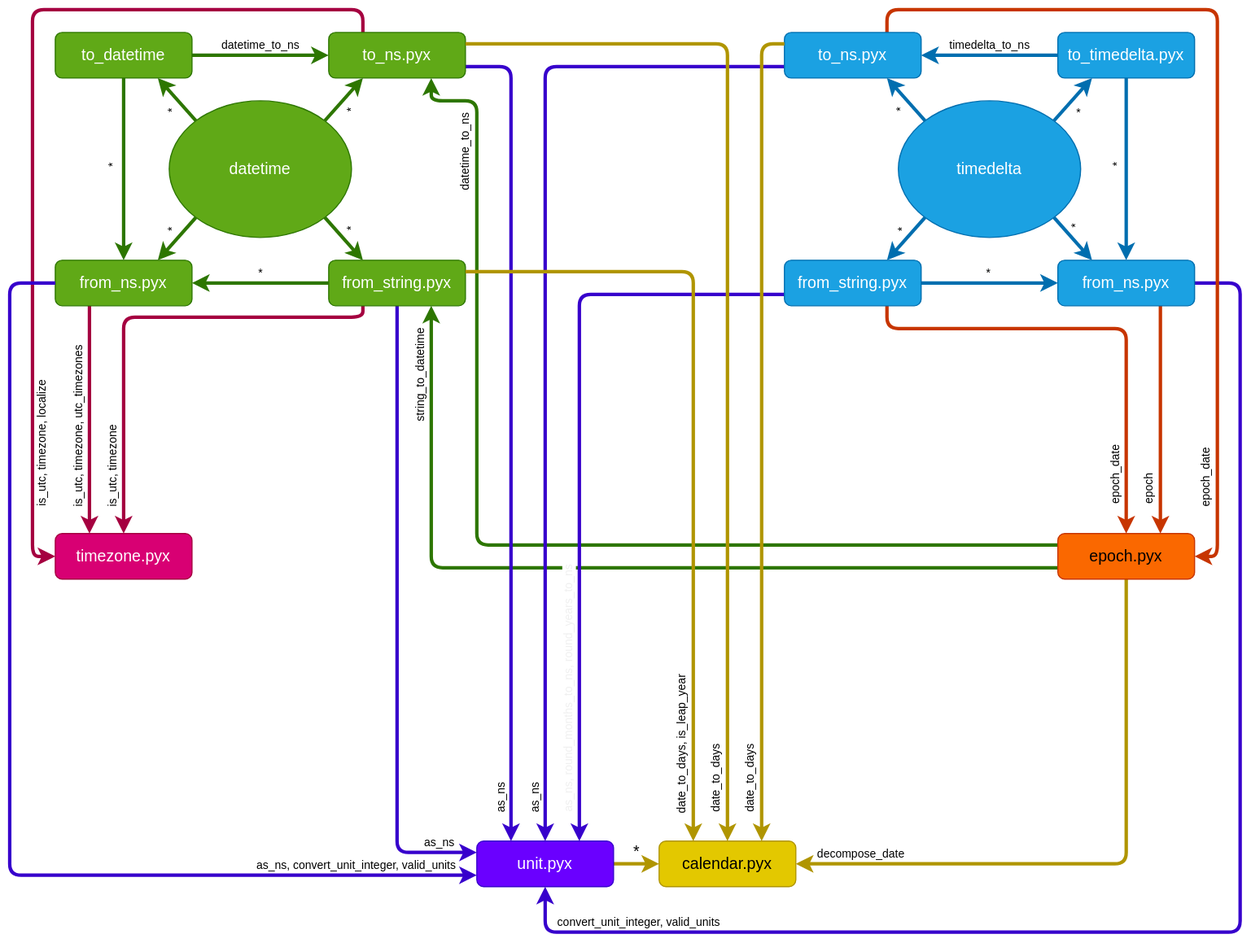
Before: docs/time_dependency.drawio.svg, a diagram exported from draw.io (eerkela/bertrand). Source tidied: cells renumbered, new cells last; positions are measured from the earlier drawing's top-left corner, leaving out a move shared by most shapes.
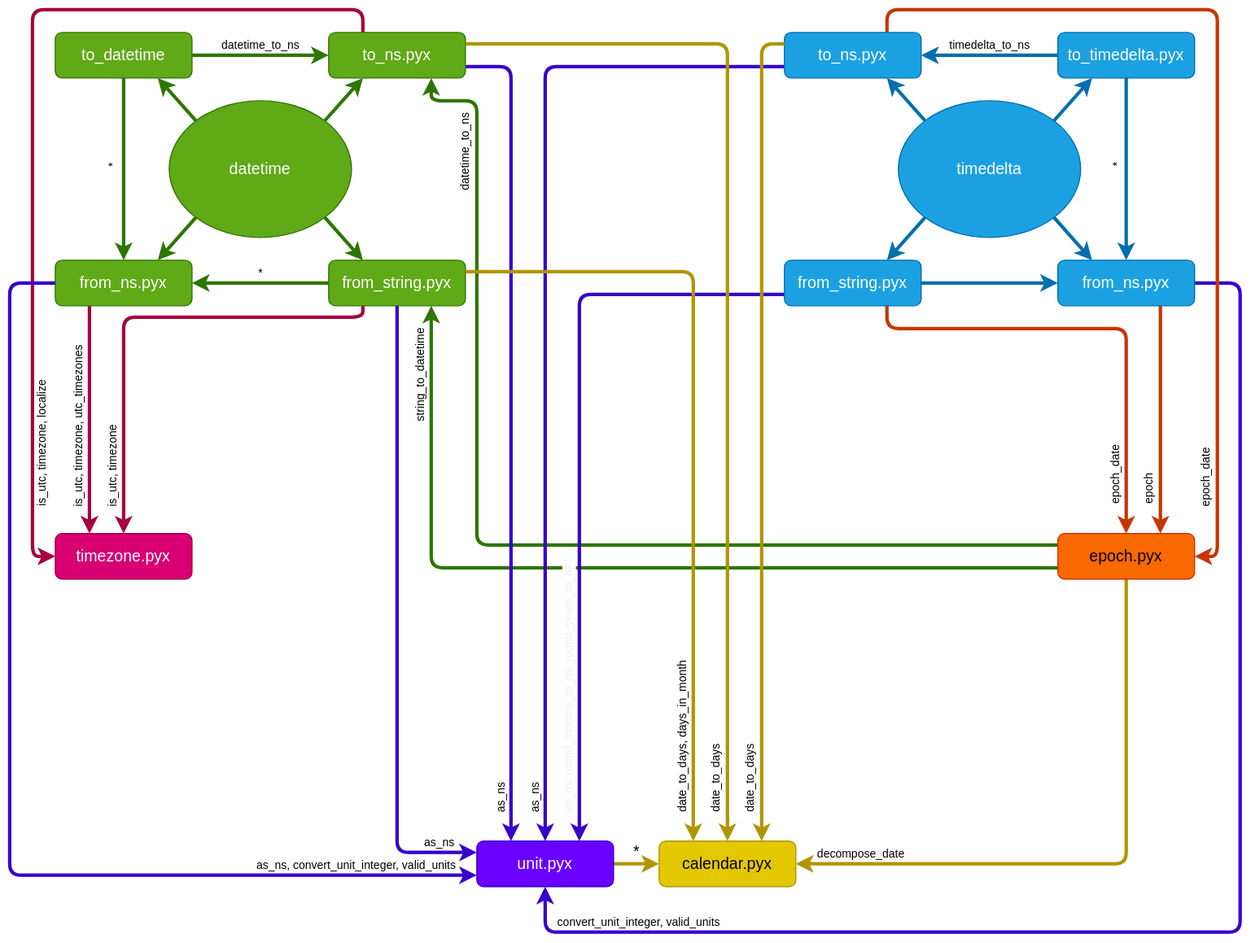
Above is the later version.

What changed in the source:
```diff
@@ -18,16 +18,16 @@
         </Array>
       </mxGeometry>
     </mxCell>
-    <mxCell id="4" value="*" style="edgeStyle=none;html=1;exitX=0;exitY=1;exitDx=0;exitDy=0;entryX=0.75;entryY=0;entryDx=0;entryDy=0;fontSize=10;strokeWidth=3;fillColor=#1ba1e2;strokeColor=#006EAF;horizontal=0;verticalAlign=middle;spacing=3;spacingBottom=15;spacingLeft=-5;" parent="1" edge="1" source="8" target="38">
+    <mxCell id="4" style="edgeStyle=none;html=1;exitX=0;exitY=1;exitDx=0;exitDy=0;entryX=0.75;entryY=0;entryDx=0;entryDy=0;fontSize=10;strokeWidth=3;fillColor=#1ba1e2;strokeColor=#006EAF;horizontal=0;verticalAlign=middle;spacing=3;spacingBottom=15;spacingLeft=-5;" parent="1" edge="1" source="8" target="38">
       <mxGeometry x="0.01" y="-1" relative="1" as="geometry" />
     </mxCell>
-    <mxCell id="5" value="*" style="edgeStyle=none;html=1;exitX=0;exitY=0;exitDx=0;exitDy=0;entryX=0.75;entryY=1;entryDx=0;entryDy=0;fontSize=10;fillColor=#1ba1e2;strokeColor=#006EAF;strokeWidth=3;horizontal=0;verticalAlign=middle;spacingBottom=-18;spacingLeft=-11;" parent="1" edge="1" source="8" target="34">
+    <mxCell id="5" style="edgeStyle=none;html=1;exitX=0;exitY=0;exitDx=0;exitDy=0;entryX=0.75;entryY=1;entryDx=0;entryDy=0;fontSize=10;fillColor=#1ba1e2;strokeColor=#006EAF;strokeWidth=3;horizontal=0;verticalAlign=middle;spacingBottom=-18;spacingLeft=-11;" parent="1" edge="1" source="8" target="34">
       <mxGeometry relative="1" as="geometry" />
     </mxCell>
-    <mxCell id="6" value="*" style="edgeStyle=none;html=1;exitX=1;exitY=0;exitDx=0;exitDy=0;entryX=0.25;entryY=1;entryDx=0;entryDy=0;fontSize=10;fillColor=#1ba1e2;strokeColor=#006EAF;strokeWidth=3;verticalAlign=middle;spacingLeft=20;spacingBottom=-12;" parent="1" edge="1" source="8" target="29">
+    <mxCell id="6" style="edgeStyle=none;html=1;exitX=1;exitY=0;exitDx=0;exitDy=0;entryX=0.25;entryY=1;entryDx=0;entryDy=0;fontSize=10;fillColor=#1ba1e2;strokeColor=#006EAF;strokeWidth=3;verticalAlign=middle;spacingLeft=20;spacingBottom=-12;" parent="1" edge="1" source="8" target="29">
       <mxGeometry x="-0.29" relative="1" as="geometry" />
     </mxCell>
-    <mxCell id="7" value="*" style="edgeStyle=none;html=1;exitX=1;exitY=1;exitDx=0;exitDy=0;entryX=0.25;entryY=0;entryDx=0;entryDy=0;fontSize=10;fillColor=#1ba1e2;strokeColor=#006EAF;strokeWidth=3;horizontal=0;spacing=2;verticalAlign=bottom;spacingBottom=5;spacingLeft=20;" parent="1" edge="1" source="8" target="32">
+    <mxCell id="7" style="edgeStyle=none;html=1;exitX=1;exitY=1;exitDx=0;exitDy=0;entryX=0.25;entryY=0;entryDx=0;entryDy=0;fontSize=10;fillColor=#1ba1e2;strokeColor=#006EAF;strokeWidth=3;horizontal=0;spacing=2;verticalAlign=bottom;spacingBottom=5;spacingLeft=20;" parent="1" edge="1" source="8" target="32">
       <mxGeometry x="-0.16" relative="1" as="geometry">
         <mxPoint x="1" as="offset" />
       </mxGeometry>
@@ -35,16 +35,16 @@
     <mxCell id="8" value="timedelta" style="ellipse;whiteSpace=wrap;html=1;fontSize=14;fillColor=#1ba1e2;fontColor=#ffffff;strokeColor=#006EAF;" parent="1" vertex="1">
       <mxGeometry x="780" y="80" width="160" height="120" as="geometry" />
     </mxCell>
-    <mxCell id="9" value="*" style="edgeStyle=none;html=1;exitX=0;exitY=1;exitDx=0;exitDy=0;entryX=0.75;entryY=0;entryDx=0;entryDy=0;fontSize=10;strokeWidth=3;fillColor=#60a917;strokeColor=#2D7600;verticalAlign=bottom;horizontal=0;spacingBottom=5;spacingLeft=3;" parent="1" edge="1" source="13" target="15">
+    <mxCell id="9" style="edgeStyle=none;html=1;exitX=0;exitY=1;exitDx=0;exitDy=0;entryX=0.75;entryY=0;entryDx=0;entryDy=0;fontSize=10;strokeWidth=3;fillColor=#60a917;strokeColor=#2D7600;verticalAlign=bottom;horizontal=0;spacingBottom=5;spacingLeft=3;" parent="1" edge="1" source="13" target="15">
       <mxGeometry relative="1" as="geometry" />
     </mxCell>
-    <mxCell id="10" value="*" style="edgeStyle=none;html=1;exitX=0;exitY=0;exitDx=0;exitDy=0;entryX=0.75;entryY=1;entryDx=0;entryDy=0;fontSize=10;fillColor=#60a917;strokeColor=#2D7600;strokeWidth=3;verticalAlign=bottom;horizontal=0;spacingBottom=-13;spacingLeft=3;" parent="1" edge="1" source="13" target="26">
+    <mxCell id="10" style="edgeStyle=none;html=1;exitX=0;exitY=0;exitDx=0;exitDy=0;entryX=0.75;entryY=1;entryDx=0;entryDy=0;fontSize=10;fillColor=#60a917;strokeColor=#2D7600;strokeWidth=3;verticalAlign=bottom;horizontal=0;spacingBottom=-13;spacingLeft=3;" parent="1" edge="1" source="13" target="26">
       <mxGeometry relative="1" as="geometry" />
     </mxCell>
-    <mxCell id="11" value="*" style="edgeStyle=none;html=1;exitX=1;exitY=1;exitDx=0;exitDy=0;entryX=0.25;entryY=0;entryDx=0;entryDy=0;fontSize=10;strokeWidth=3;fillColor=#60a917;strokeColor=#2D7600;verticalAlign=bottom;horizontal=0;spacingLeft=25;spacingBottom=5;" parent="1" edge="1" source="13" target="23">
+    <mxCell id="11" style="edgeStyle=none;html=1;exitX=1;exitY=1;exitDx=0;exitDy=0;entryX=0.25;entryY=0;entryDx=0;entryDy=0;fontSize=10;strokeWidth=3;fillColor=#60a917;strokeColor=#2D7600;verticalAlign=bottom;horizontal=0;spacingLeft=25;spacingBottom=5;" parent="1" edge="1" source="13" target="23">
       <mxGeometry relative="1" as="geometry" />
     </mxCell>
-    <mxCell id="12" value="*" style="edgeStyle=none;html=1;exitX=1;exitY=0;exitDx=0;exitDy=0;entryX=0.25;entryY=1;entryDx=0;entryDy=0;fontSize=10;fillColor=#60a917;strokeColor=#2D7600;strokeWidth=3;verticalAlign=bottom;horizontal=0;spacingLeft=25;spacingBottom=-13;" parent="1" edge="1" source="13" target="18">
+    <mxCell id="12" style="edgeStyle=none;html=1;exitX=1;exitY=0;exitDx=0;exitDy=0;entryX=0.25;entryY=1;entryDx=0;entryDy=0;fontSize=10;fillColor=#60a917;strokeColor=#2D7600;strokeWidth=3;verticalAlign=bottom;horizontal=0;spacingLeft=25;spacingBottom=-13;" parent="1" edge="1" source="13" target="18">
       <mxGeometry relative="1" as="geometry" />
     </mxCell>
     <mxCell id="13" value="datetime" style="ellipse;whiteSpace=wrap;html=1;fontSize=14;fillColor=#60a917;fontColor=#ffffff;strokeColor=#2D7600;" parent="1" vertex="1">
@@ -148,7 +148,7 @@
     <mxCell id="34" value="to_ns.pyx" style="rounded=1;whiteSpace=wrap;html=1;fontSize=14;fillColor=#1ba1e2;fontColor=#ffffff;strokeColor=#006EAF;" parent="1" vertex="1">
       <mxGeometry x="680" y="20" width="120" height="40" as="geometry" />
     </mxCell>
-    <mxCell id="35" value="*" style="edgeStyle=none;html=1;exitX=1;exitY=0.5;exitDx=0;exitDy=0;entryX=0;entryY=0.5;entryDx=0;entryDy=0;fontSize=10;strokeWidth=3;fillColor=#1ba1e2;strokeColor=#006EAF;verticalAlign=bottom;labelBackgroundColor=default;labelBorderColor=none;" parent="1" edge="1" source="38" target="32">
+    <mxCell id="35" style="edgeStyle=none;html=1;exitX=1;exitY=0.5;exitDx=0;exitDy=0;entryX=0;entryY=0.5;entryDx=0;entryDy=0;fontSize=10;strokeWidth=3;fillColor=#1ba1e2;strokeColor=#006EAF;verticalAlign=bottom;labelBackgroundColor=default;labelBorderColor=none;" parent="1" edge="1" source="38" target="32">
       <mxGeometry x="-0.02" relative="1" as="geometry" />
     </mxCell>
     <mxCell id="36" value="epoch_date" style="edgeStyle=none;html=1;exitX=0.75;exitY=1;exitDx=0;exitDy=0;entryX=0.5;entryY=0;entryDx=0;entryDy=0;strokeWidth=3;fillColor=#fa6800;strokeColor=#C73500;verticalAlign=bottom;horizontal=0;fontSize=10;spacingLeft=-8;" parent="1" edge="1" source="38" target="43">
@@ -199,8 +199,8 @@
         </Array>
       </mxGeometry>
     </mxCell>
-    <mxCell id="46" value="date_to_days, is_leap_year" style="edgeStyle=none;html=1;exitX=1;exitY=0.25;exitDx=0;exitDy=0;fontSize=10;strokeWidth=3;fillColor=#e3c800;strokeColor=#B09500;entryX=0.25;entryY=0;entryDx=0;entryDy=0;verticalAlign=bottom;horizontal=0;spacingLeft=-8;" parent="1" edge="1" source="23" target="39">
-      <mxGeometry x="0.77" relative="1" as="geometry">
+    <mxCell id="46" value="date_to_days, days_in_month" style="edgeStyle=none;html=1;exitX=1;exitY=0.25;exitDx=0;exitDy=0;fontSize=10;strokeWidth=3;fillColor=#e3c800;strokeColor=#B09500;entryX=0.25;entryY=0;entryDx=0;entryDy=0;verticalAlign=bottom;horizontal=0;spacingLeft=-8;" parent="1" edge="1" source="23" target="39">
+      <mxGeometry x="0.75" relative="1" as="geometry">
         <Array as="points">
           <mxPoint x="600" y="230" />
         </Array>
```
